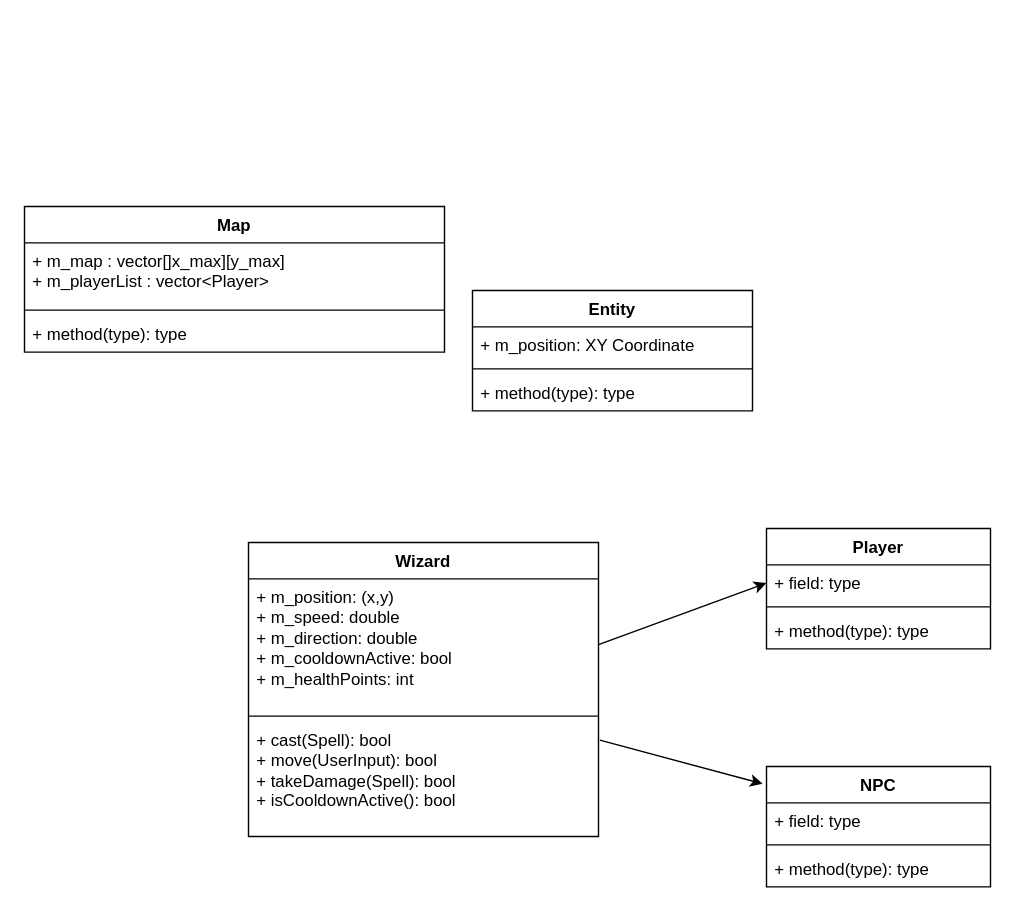
rhammy/pulse_server keeps this draw.io diagram as documentation/class_diagrams.drawio. Above is the earlier version. Source tidied: cells renumbered, new cells numbered last; positions are measured from the earlier drawing's top-left corner, leaving out a move shared by most shapes. Both pictures are drawn from the tidied source at 140%, with x=0, y=0 at pixel (24, 206).
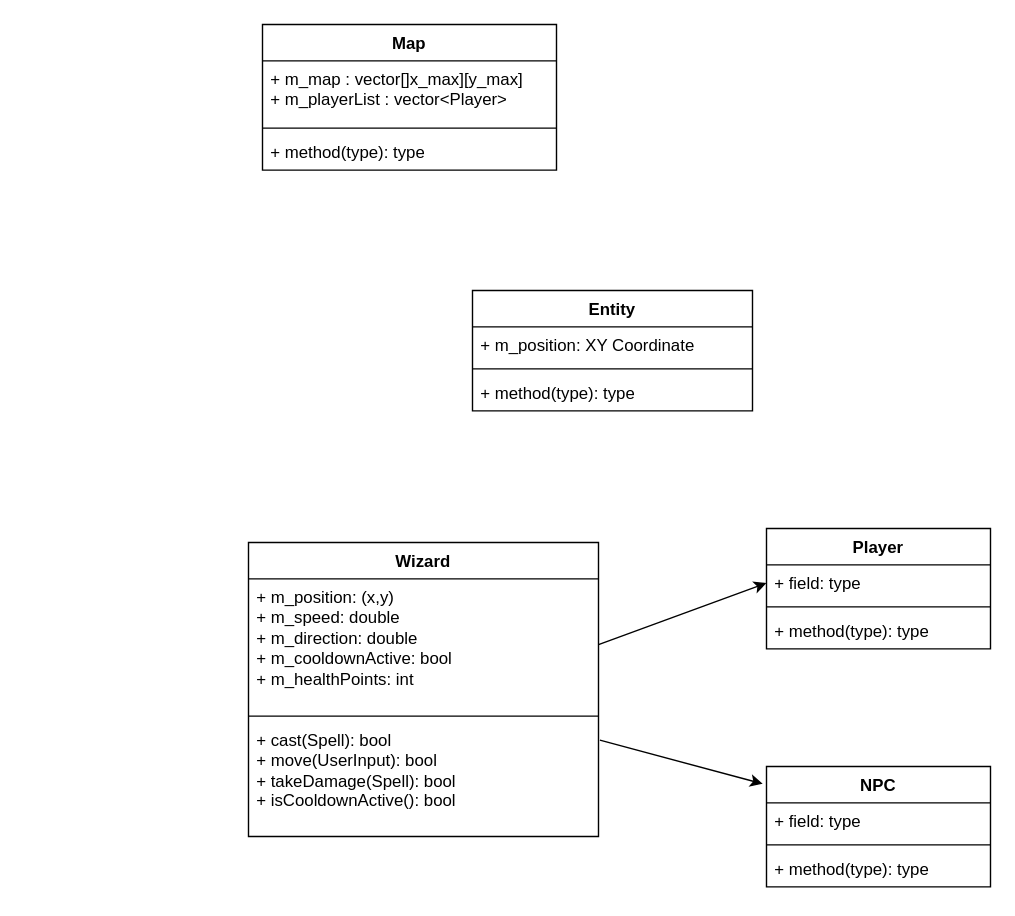
The same page after the edit.

What changed in the source:
```diff
@@
     <mxCell id="20" value="Map" style="swimlane;fontStyle=1;align=center;verticalAlign=top;horizontal=1;startSize=26;whiteSpace=wrap;html=1;" parent="1" vertex="1">
-      <mxGeometry width="300" height="104" as="geometry" />
+      <mxGeometry x="170" y="-130" width="210" height="104" as="geometry" />
     </mxCell>
-    <mxCell id="21" value="+ m_map : vector[]x_max][y_max]&lt;div&gt;+ m_playerList : vector&amp;lt;Player&amp;gt;&lt;/div&gt;" style="text;strokeColor=none;fillColor=none;align=left;verticalAlign=top;spacingLeft=4;spacingRight=4;overflow=hidden;whiteSpace=wrap;html=1;" parent="20" vertex="1">
-      <mxGeometry y="26" width="300" height="44" as="geometry" />
+    <mxCell id="21" value="&lt;font&gt;+ m_map : vector[]x_max][y_max]&lt;/font&gt;&lt;div&gt;&lt;font&gt;+ m_playerList : vector&amp;lt;Player&amp;gt;&lt;/font&gt;&lt;/div&gt;" style="text;strokeColor=none;fillColor=none;align=left;verticalAlign=top;spacingLeft=4;spacingRight=4;overflow=hidden;whiteSpace=wrap;html=1;" parent="20" vertex="1">
+      <mxGeometry y="26" width="210" height="44" as="geometry" />
     </mxCell>
     <mxCell id="22" style="line;strokeWidth=1;fillColor=none;align=left;verticalAlign=middle;spacingTop=-1;spacingLeft=3;spacingRight=3;labelPosition=right;strokeColor=inherit;" parent="20" vertex="1">
-      <mxGeometry y="70" width="300" height="8" as="geometry" />
+      <mxGeometry y="70" width="210" height="8" as="geometry" />
     </mxCell>
-    <mxCell id="23" value="+ method(type): type" style="text;strokeColor=none;fillColor=none;align=left;verticalAlign=top;spacingLeft=4;spacingRight=4;overflow=hidden;whiteSpace=wrap;html=1;" parent="20" vertex="1">
-      <mxGeometry y="78" width="300" height="26" as="geometry" />
+    <mxCell id="23" value="&lt;font&gt;+ method(type): type&lt;/font&gt;" style="text;strokeColor=none;fillColor=none;align=left;verticalAlign=top;spacingLeft=4;spacingRight=4;overflow=hidden;whiteSpace=wrap;html=1;" parent="20" vertex="1">
+      <mxGeometry y="78" width="210" height="26" as="geometry" />
     </mxCell>
```
